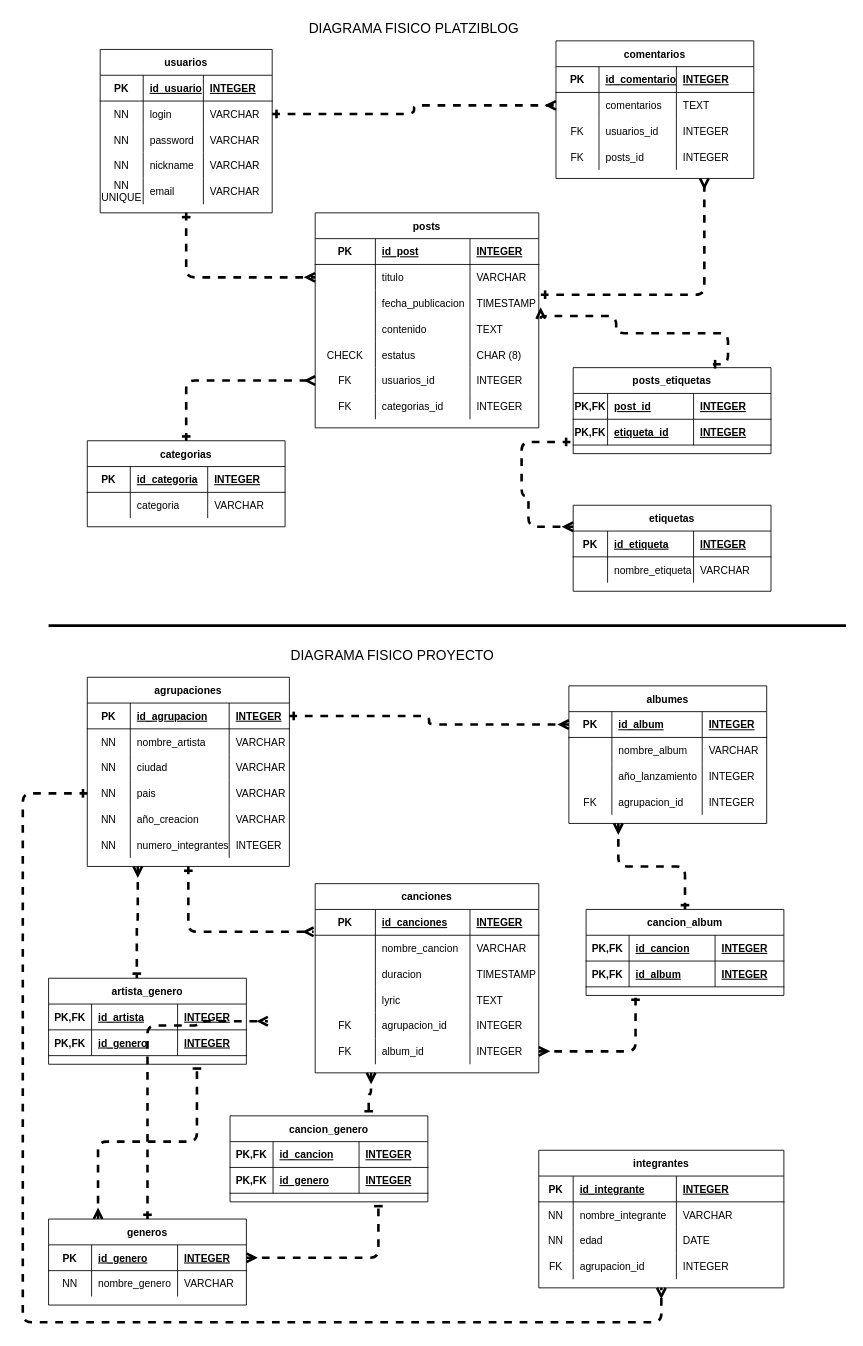
The draw.io diagram page "diagramas_fisico" (3 of 3) of fundamentos_BD.drawio in Juxxsrck/fundamentos_BD_Platzi, before the edit. Source tidied: cells renumbered, new cells numbered last; positions are measured from the earlier drawing's top-left corner, leaving out a move shared by most shapes. Both pictures are drawn from the tidied source at 86%, with x=0, y=0 at pixel (22, 15).
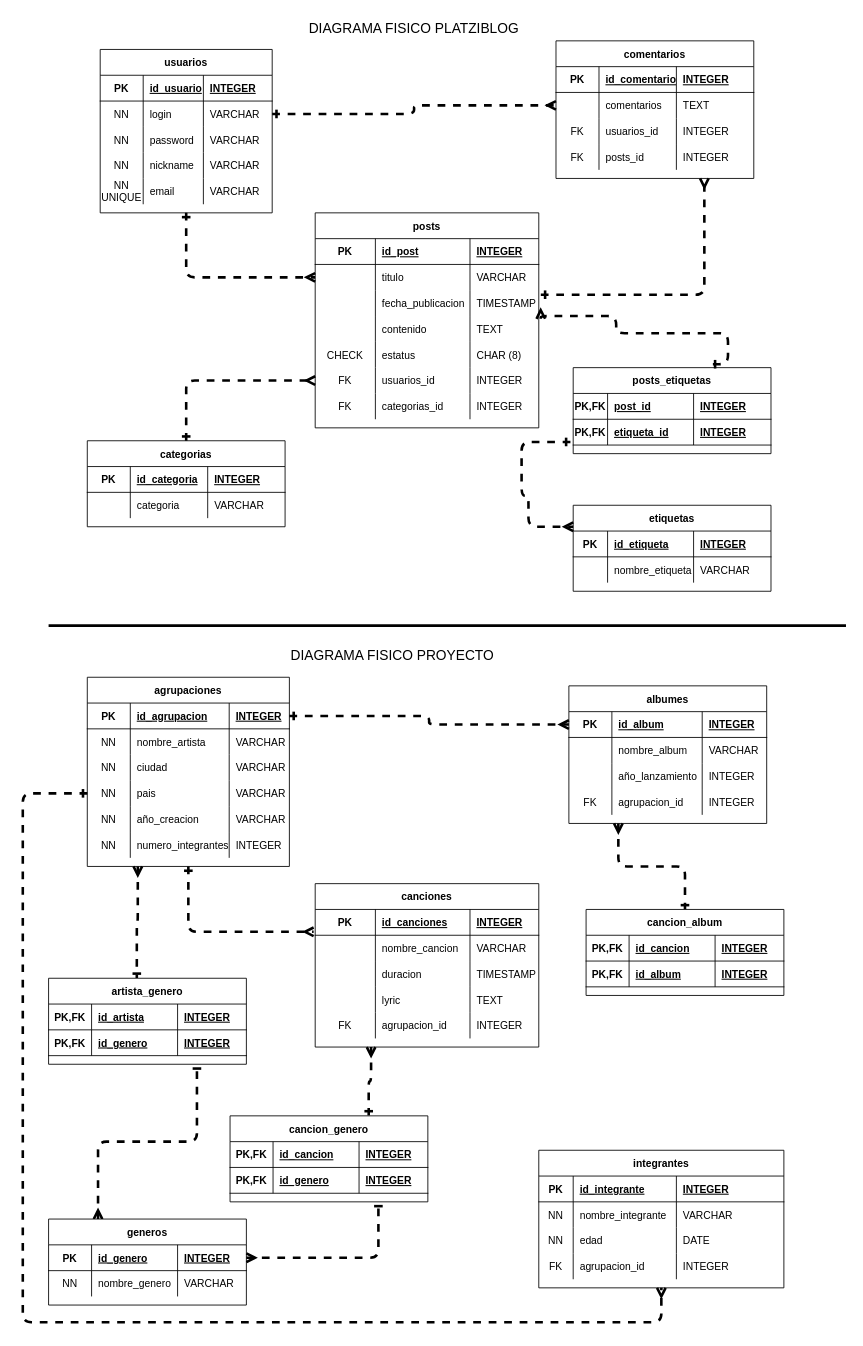
After the change.

Unchanged cells that the change refers to:
```xml
<mxCell id="177" value="generos" style="shape=table;startSize=30;childLayout=tableLayout;rowLines=0;fontStyle=1;align=center;" parent="1" vertex="1">
  <mxGeometry x="30" y="1400" width="230" height="100" as="geometry" />
</mxCell>
<mxCell id="225" value="cancion_album" style="shape=table;startSize=30;childLayout=tableLayout;rowLines=0;fontStyle=1;align=center;" parent="1" vertex="1">
  <mxGeometry x="655" y="1040" width="230" height="100" as="geometry" />
</mxCell>
```

The edit, as a diff of the source:
```diff
@@
     <mxCell id="133" value="canciones" style="shape=table;startSize=30;childLayout=tableLayout;rowLines=0;fontStyle=1;align=center;" parent="1" vertex="1">
-      <mxGeometry x="340" y="1010" width="260" height="220" as="geometry" />
+      <mxGeometry x="340" y="1010" width="260" height="190" as="geometry" />
     </mxCell>
@@
-    <mxCell id="154" style="shape=tableRow;horizontal=0;startSize=0;swimlaneHead=0;swimlaneBody=0;fillColor=none;points=[[0,0.5],[1,0.5]];portConstraint=eastwest;top=0;left=0;right=0;bottom=0;" parent="133" vertex="1">
-      <mxGeometry y="180" width="260" height="30" as="geometry" />
-    </mxCell>
-    <mxCell id="155" value="FK" style="shape=partialRectangle;fillColor=none;top=0;left=0;bottom=0;right=0;overflow=hidden;" parent="154" vertex="1">
-      <mxGeometry width="70" height="30" as="geometry" />
-    </mxCell>
-    <mxCell id="156" value="album_id" style="shape=partialRectangle;fillColor=none;top=0;left=0;bottom=0;right=0;align=left;spacingLeft=6;overflow=hidden;" parent="154" vertex="1">
-      <mxGeometry x="70" width="110" height="30" as="geometry" />
-    </mxCell>
-    <mxCell id="157" value="INTEGER" style="shape=partialRectangle;fillColor=none;top=0;left=0;bottom=0;right=0;align=left;spacingLeft=6;overflow=hidden;" parent="154" vertex="1">
-      <mxGeometry x="180" width="80" height="30" as="geometry" />
-    </mxCell>
@@
-    <mxCell id="203" style="edgeStyle=orthogonalEdgeStyle;fontSize=12;html=1;endArrow=ERmany;rounded=1;exitX=0.5;exitY=0;exitDx=0;exitDy=0;dashed=1;endFill=0;startArrow=ERone;startFill=0;targetPerimeterSpacing=0;strokeWidth=3;entryX=0;entryY=0.5;entryDx=0;entryDy=0;" parent="1" edge="1" source="177">
-      <mxGeometry relative="1" as="geometry">
-        <mxPoint x="285" y="1170" as="targetPoint" />
-        <Array as="points">
-          <mxPoint x="205" y="1175" />
-        </Array>
-      </mxGeometry>
-    </mxCell>
@@
-    <mxCell id="234" style="edgeStyle=orthogonalEdgeStyle;rounded=1;jettySize=auto;html=1;exitX=1;exitY=0.5;exitDx=0;exitDy=0;entryX=0.25;entryY=1;entryDx=0;entryDy=0;dashed=1;strokeWidth=3;fontSize=16;startArrow=ERmany;startFill=0;endArrow=ERone;endFill=0;targetPerimeterSpacing=0;" parent="1" edge="1" source="154" target="225">
+    <mxCell id="234" style="edgeStyle=orthogonalEdgeStyle;rounded=1;jettySize=auto;html=1;exitX=1;exitY=0.5;exitDx=0;exitDy=0;entryX=0.25;entryY=1;entryDx=0;entryDy=0;dashed=1;strokeWidth=3;fontSize=16;startArrow=ERmany;startFill=0;endArrow=ERone;endFill=0;targetPerimeterSpacing=0;" parent="1" edge="1" target="225">
       <mxGeometry relative="1" as="geometry" />
     </mxCell>
```
